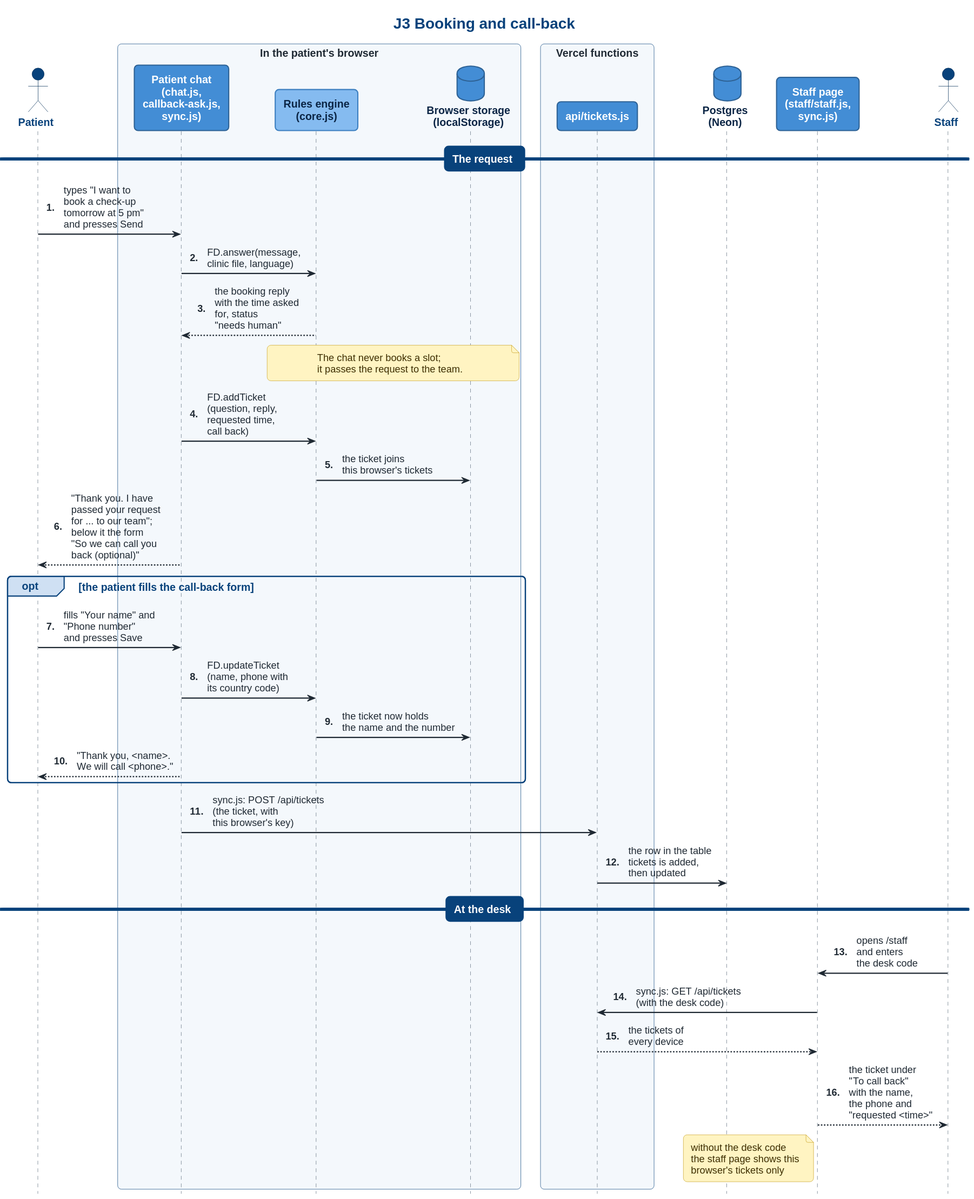
Before: docs/diagrams/j3-booking-and-call-back.svg, a diagram exported from PlantUML (karwasanjay007/frontdesk-ai-docs).
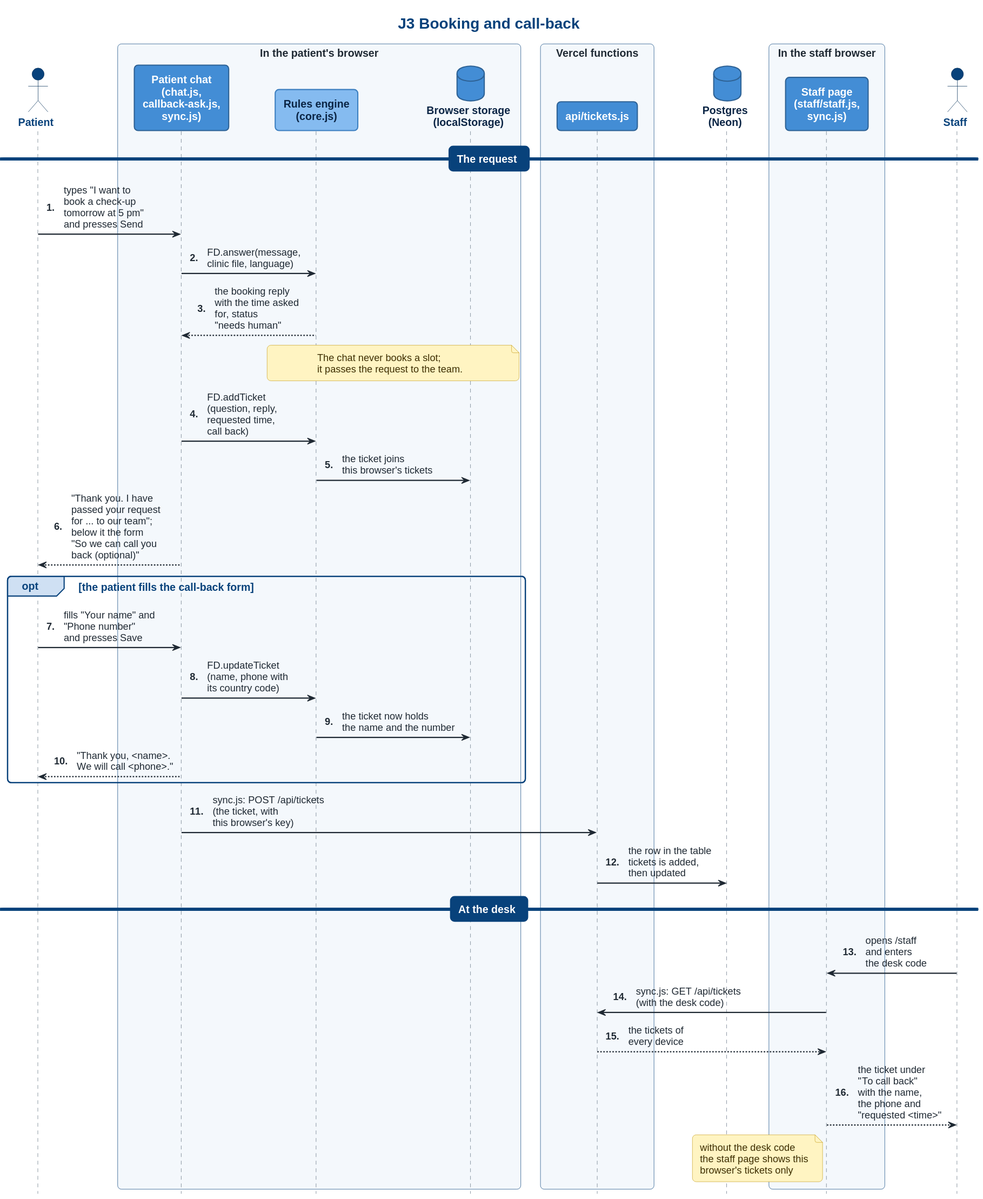
Above is the later version.

Commit message:
J3 and J7: the staff page and the patient chat in their browser boxes, as in every other journey

Change to the diagram source:
```diff
@@ -11,7 +11,9 @@
 participant "api/tickets.js" as Tix <<container>>
 end box
 database "Postgres\n(Neon)" as Store <<store>>
+box "In the staff browser"
 participant "Staff page\n(staff/staff.js,\nsync.js)" as SP <<container>>
+end box
 actor "Staff" as Staff <<person>>
 
 == The request ==
```
